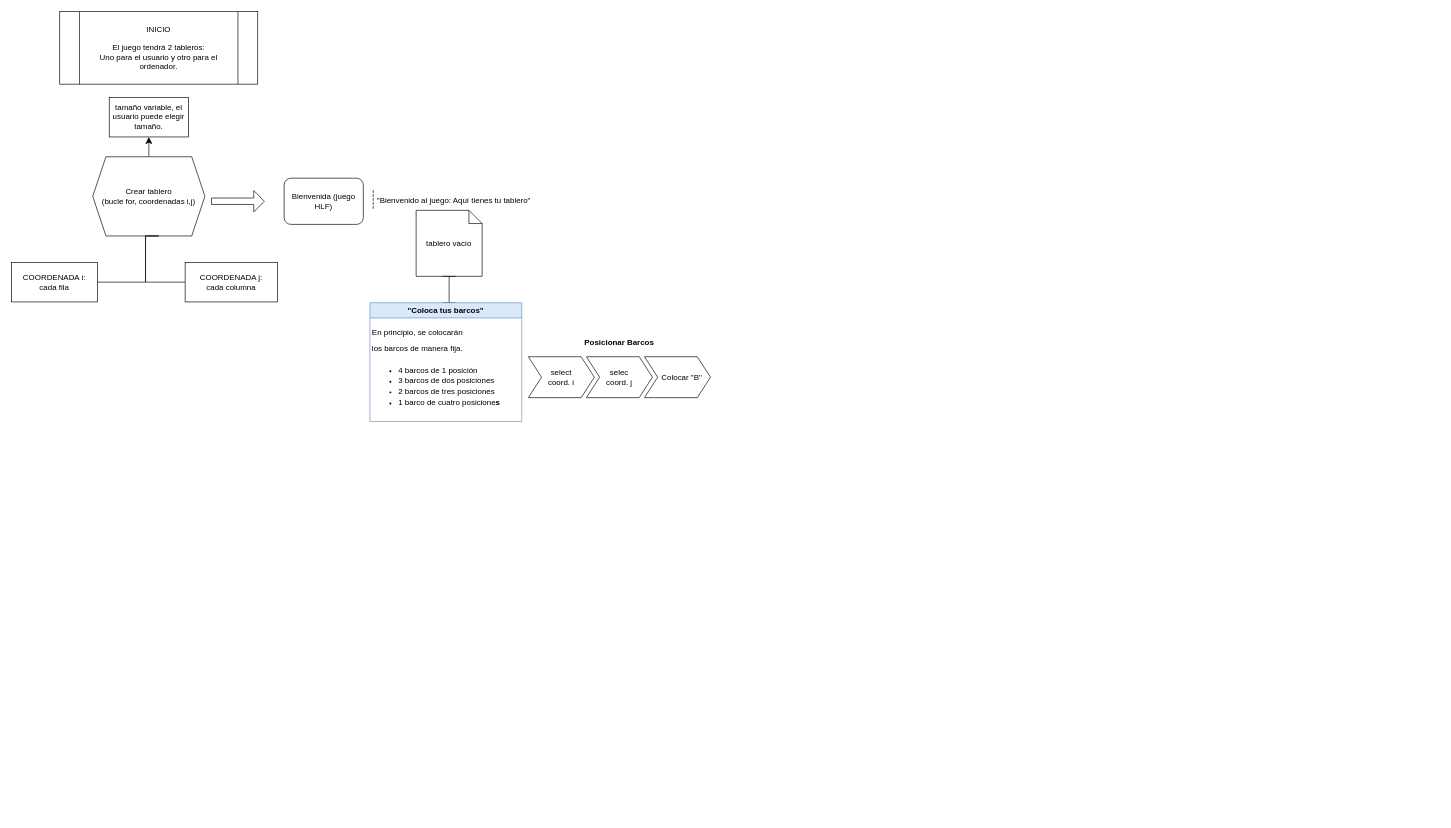
This is diagrama de flujo.drawio from NagoreZuri/Hundir-La-Flota, a draw.io file, before an edit. Source tidied: cells renumbered, new cells numbered last; positions are measured from the earlier drawing's top-left corner, leaving out a move shared by most shapes. Both pictures are drawn from the tidied source at 66%, with x=0, y=0 at pixel (11, 11).
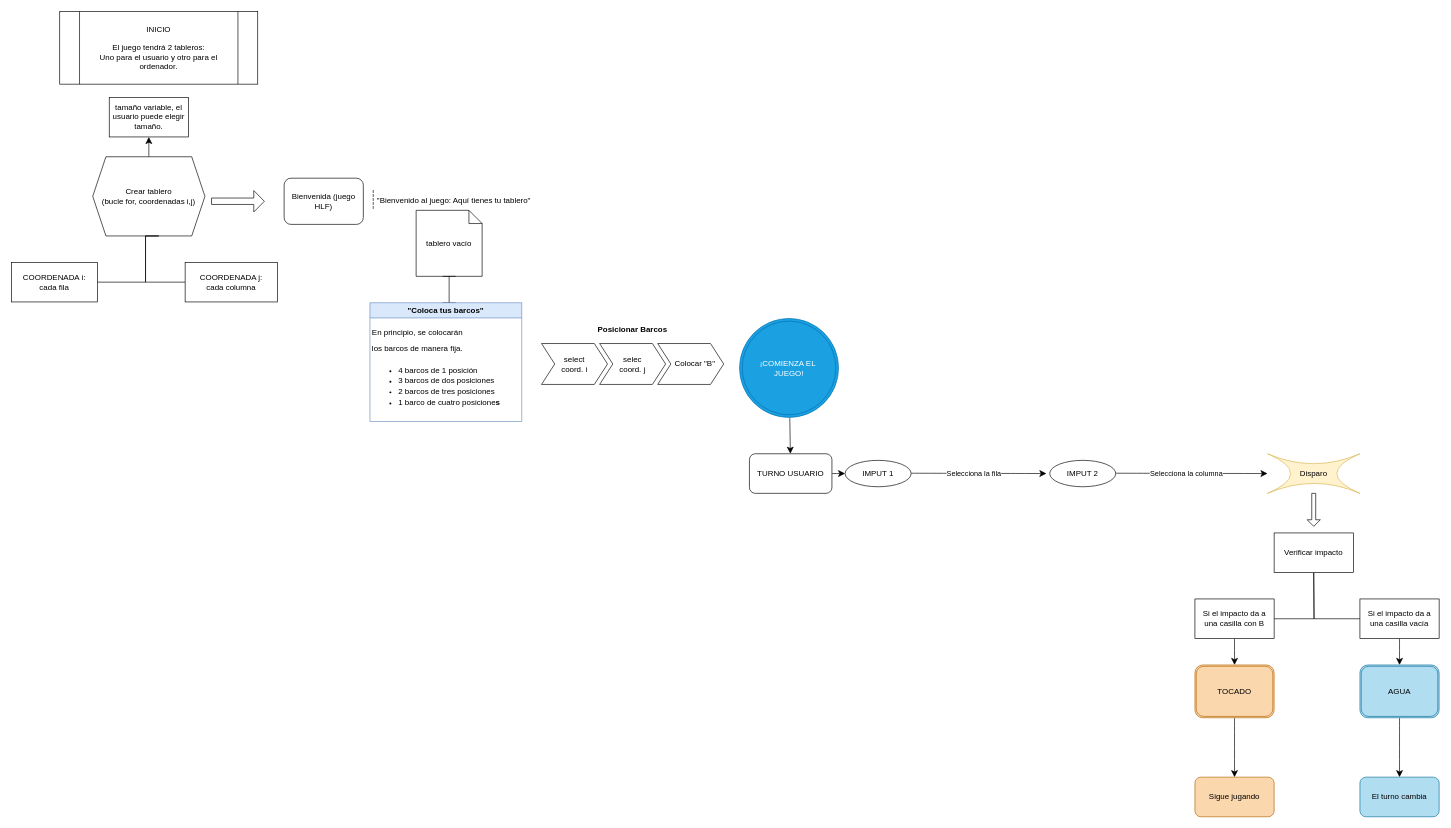
After the change.

Change to the diagram source:
```diff
@@
     <mxCell id="16" value="Posicionar Barcos" style="swimlane;horizontal=1;fillColor=none;strokeColor=none;stackBorder=10;align=center;whiteSpace=wrap;html=1;" parent="1" vertex="1">
-      <mxGeometry x="773" y="490" width="296" height="105" as="geometry" />
+      <mxGeometry x="793" y="470" width="296" height="105" as="geometry" />
     </mxCell>
@@
+    <mxCell id="22" style="edgeStyle=none;curved=1;rounded=0;jettySize=auto;html=1;fontSize=12;startSize=8;endSize=8;" parent="1" edge="1" source="23" target="25">
+      <mxGeometry relative="1" as="geometry" />
+    </mxCell>
+    <mxCell id="23" value="¡COMIENZA EL&amp;nbsp;&lt;div&gt;JUEGO!&lt;/div&gt;" style="ellipse;shape=doubleEllipse;whiteSpace=wrap;html=1;fillColor=#1ba1e2;strokeColor=#006EAF;fontColor=#ffffff;perimeterSpacing=1;" parent="1" vertex="1">
+      <mxGeometry x="1103" y="465" width="150" height="150" as="geometry" />
+    </mxCell>
+    <mxCell id="24" style="edgeStyle=none;curved=1;rounded=0;jettySize=auto;html=1;fontSize=12;startSize=8;endSize=8;" parent="1" edge="1" source="25" target="28">
+      <mxGeometry relative="1" as="geometry" />
+    </mxCell>
+    <mxCell id="25" value="TURNO USUARIO" style="rounded=1;whiteSpace=wrap;html=1;" parent="1" vertex="1">
+      <mxGeometry x="1118" y="670" width="125" height="60" as="geometry" />
+    </mxCell>
+    <mxCell id="26" style="endArrow=classic;html=1;rounded=0;fontSize=12;startSize=8;endSize=8;curved=1;" parent="1" edge="1">
+      <mxGeometry relative="1" as="geometry">
+        <mxPoint x="1363" y="699.5" as="sourcePoint" />
+        <mxPoint x="1568" y="700" as="targetPoint" />
+      </mxGeometry>
+    </mxCell>
+    <mxCell id="27" value="Selecciona la fila" style="edgeLabel;html=1;align=center;verticalAlign=middle;" parent="26" vertex="1">
+      <mxGeometry relative="1" as="geometry">
+        <mxPoint x="-8" as="offset" />
+      </mxGeometry>
+    </mxCell>
+    <mxCell id="28" value="IMPUT 1" style="ellipse;whiteSpace=wrap;html=1;align=center;newEdgeStyle={&quot;edgeStyle&quot;:&quot;entityRelationEdgeStyle&quot;,&quot;startArrow&quot;:&quot;none&quot;,&quot;endArrow&quot;:&quot;none&quot;,&quot;segment&quot;:10,&quot;curved&quot;:1,&quot;sourcePerimeterSpacing&quot;:0,&quot;targetPerimeterSpacing&quot;:0};" parent="1" vertex="1">
+      <mxGeometry x="1263" y="680" width="100" height="40" as="geometry" />
+    </mxCell>
+    <mxCell id="29" value="IMPUT 2" style="ellipse;whiteSpace=wrap;html=1;align=center;newEdgeStyle={&quot;edgeStyle&quot;:&quot;entityRelationEdgeStyle&quot;,&quot;startArrow&quot;:&quot;none&quot;,&quot;endArrow&quot;:&quot;none&quot;,&quot;segment&quot;:10,&quot;curved&quot;:1,&quot;sourcePerimeterSpacing&quot;:0,&quot;targetPerimeterSpacing&quot;:0};" parent="1" vertex="1">
+      <mxGeometry x="1573" y="680" width="100" height="40" as="geometry" />
+    </mxCell>
+    <mxCell id="30" style="endArrow=classic;html=1;rounded=0;fontSize=12;startSize=8;endSize=8;curved=1;" parent="1" edge="1">
+      <mxGeometry relative="1" as="geometry">
+        <mxPoint x="1673" y="699.5" as="sourcePoint" />
+        <mxPoint x="1903" y="700" as="targetPoint" />
+      </mxGeometry>
+    </mxCell>
+    <mxCell id="31" value="Selecciona la columna" style="edgeLabel;html=1;align=center;verticalAlign=middle;" parent="30" vertex="1">
+      <mxGeometry relative="1" as="geometry">
+        <mxPoint x="-8" as="offset" />
+      </mxGeometry>
+    </mxCell>
+    <mxCell id="32" value="Disparo" style="shape=switch;whiteSpace=wrap;html=1;fillColor=#fff2cc;strokeColor=#d6b656;" parent="1" vertex="1">
+      <mxGeometry x="1903" y="670" width="140" height="60" as="geometry" />
+    </mxCell>
+    <mxCell id="33" style="edgeStyle=orthogonalEdgeStyle;sourcePerimeterSpacing=0;targetPerimeterSpacing=0;startArrow=none;endArrow=none;rounded=0;targetPortConstraint=eastwest;sourcePortConstraint=northsouth;curved=0;rounded=0;fontSize=12;startSize=8;endSize=8;" parent="1" edge="1" target="36">
+      <mxGeometry relative="1" as="geometry">
+        <mxPoint x="1973" y="850" as="sourcePoint" />
+      </mxGeometry>
+    </mxCell>
+    <mxCell id="34" style="edgeStyle=orthogonalEdgeStyle;sourcePerimeterSpacing=0;targetPerimeterSpacing=0;startArrow=none;endArrow=none;rounded=0;targetPortConstraint=eastwest;sourcePortConstraint=northsouth;curved=0;rounded=0;fontSize=12;startSize=8;endSize=8;" parent="1" edge="1" target="38">
+      <mxGeometry relative="1" as="geometry">
+        <mxPoint x="1973" y="850" as="sourcePoint" />
+      </mxGeometry>
+    </mxCell>
+    <mxCell id="35" style="edgeStyle=none;curved=1;rounded=0;jettySize=auto;html=1;fontSize=12;startSize=8;endSize=8;" parent="1" edge="1" source="36" target="42">
+      <mxGeometry relative="1" as="geometry" />
+    </mxCell>
+    <mxCell id="36" value="Si el impacto da a una casilla con B" style="whiteSpace=wrap;html=1;align=center;verticalAlign=middle;" parent="1" vertex="1">
+      <mxGeometry x="1793" y="890" width="120" height="60" as="geometry" />
+    </mxCell>
+    <mxCell id="37" style="edgeStyle=none;curved=1;rounded=0;jettySize=auto;html=1;fontSize=12;startSize=8;endSize=8;" parent="1" edge="1" source="38" target="44">
+      <mxGeometry relative="1" as="geometry" />
+    </mxCell>
+    <mxCell id="38" value="Si el impacto da a una casilla vacía" style="whiteSpace=wrap;html=1;align=center;verticalAlign=middle;" parent="1" vertex="1">
+      <mxGeometry x="2043" y="890" width="120" height="60" as="geometry" />
+    </mxCell>
+    <mxCell id="39" style="shape=singleArrow;direction=south;whiteSpace=wrap;html=1;" parent="1" vertex="1">
+      <mxGeometry x="1963" y="730" width="20" height="50" as="geometry" />
+    </mxCell>
+    <mxCell id="40" value="Verificar impacto" style="rounded=0;whiteSpace=wrap;html=1;" parent="1" vertex="1">
+      <mxGeometry x="1913" y="790" width="120" height="60" as="geometry" />
+    </mxCell>
+    <mxCell id="41" style="edgeStyle=none;curved=1;rounded=0;jettySize=auto;html=1;fontSize=12;startSize=8;endSize=8;" parent="1" edge="1" source="42" target="45">
+      <mxGeometry relative="1" as="geometry" />
+    </mxCell>
+    <mxCell id="42" value="TOCADO" style="shape=ext;double=1;rounded=1;whiteSpace=wrap;html=1;fillColor=#fad7ac;strokeColor=#b46504;" parent="1" vertex="1">
+      <mxGeometry x="1793" y="990" width="120" height="80" as="geometry" />
+    </mxCell>
+    <mxCell id="43" style="edgeStyle=none;curved=1;rounded=0;jettySize=auto;html=1;fontSize=12;startSize=8;endSize=8;" parent="1" edge="1" source="44" target="46">
+      <mxGeometry relative="1" as="geometry" />
+    </mxCell>
+    <mxCell id="44" value="AGUA" style="shape=ext;double=1;rounded=1;whiteSpace=wrap;html=1;fillColor=#b1ddf0;strokeColor=#10739e;" parent="1" vertex="1">
+      <mxGeometry x="2043" y="990" width="120" height="80" as="geometry" />
+    </mxCell>
+    <mxCell id="45" value="Sigue jugando" style="whiteSpace=wrap;html=1;fillColor=#fad7ac;strokeColor=#b46504;rounded=1;" parent="1" vertex="1">
+      <mxGeometry x="1793" y="1160" width="120" height="60" as="geometry" />
+    </mxCell>
+    <mxCell id="46" value="El turno cambia" style="whiteSpace=wrap;html=1;fillColor=#b1ddf0;strokeColor=#10739e;rounded=1;" parent="1" vertex="1">
+      <mxGeometry x="2043" y="1160" width="120" height="60" as="geometry" />
+    </mxCell>
```
